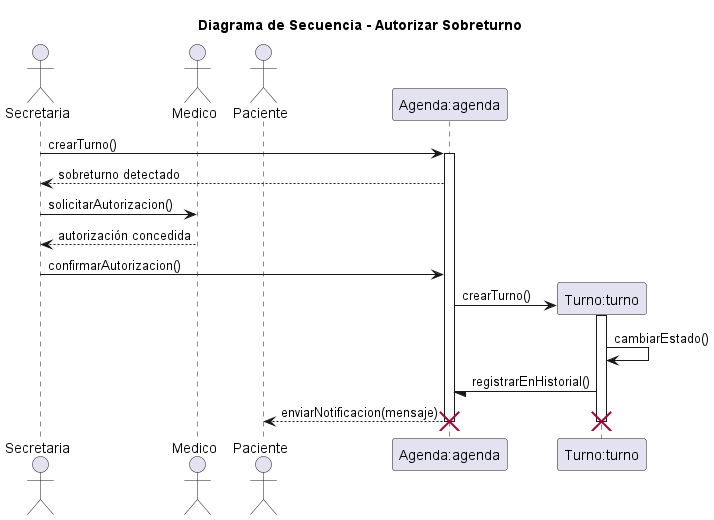
eternalnight04/SistemaTurnosMedicos keeps this PlantUML diagram as diagramas/05-diagramas-secuencia/05-secuencia-autorizar-sobreturno-04.png. Above is the earlier version. Source of this version:
```plantuml
@startuml 05-secuencia-autorizar-sobreturno-05

title Diagrama de Secuencia - Autorizar Sobreturno


actor Secretaria as secretaria
actor Medico as medico
actor Paciente as paciente

participant "Agenda:agenda" as agenda
participant "Turno:turno" as turno

secretaria -> agenda: crearTurno()
activate agenda

agenda --> secretaria: sobreturno detectado

secretaria -> medico: solicitarAutorizacion()
medico --> secretaria: autorización concedida

secretaria -> agenda: confirmarAutorizacion()

create turno
agenda -> turno: crearTurno()
activate turno

turno -> turno: cambiarEstado()

turno -/ agenda: registrarEnHistorial()

agenda --> paciente: enviarNotificacion(mensaje)

deactivate turno
deactivate agenda

destroy turno
destroy agenda

@enduml
```
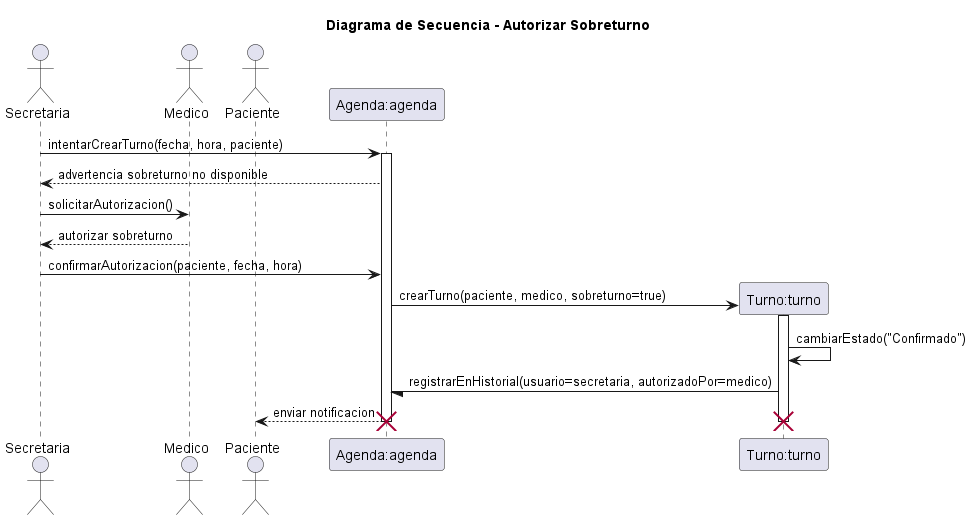
The same diagram one commit later.

What changed in the source:
```diff
@@ -1,7 +1,6 @@
-@startuml 05-secuencia-autorizar-sobreturno-05
+@startuml 05-secuencia-autorizar-sobreturno-04
 
 title Diagrama de Secuencia - Autorizar Sobreturno
-
 
 actor Secretaria as secretaria
 actor Medico as medico
@@ -10,30 +9,29 @@
 participant "Agenda:agenda" as agenda
 participant "Turno:turno" as turno
 
-secretaria -> agenda: crearTurno()
+secretaria -> agenda: intentarCrearTurno(fecha, hora, paciente)
+
 activate agenda
 
-agenda --> secretaria: sobreturno detectado
-
+agenda --> secretaria: advertencia sobreturno no disponible
 secretaria -> medico: solicitarAutorizacion()
-medico --> secretaria: autorización concedida
-
-secretaria -> agenda: confirmarAutorizacion()
+medico --> secretaria: autorizar sobreturno
+secretaria -> agenda: confirmarAutorizacion(paciente, fecha, hora)
 
 create turno
-agenda -> turno: crearTurno()
+
+agenda -> turno: crearTurno(paciente, medico, sobreturno=true)
+
 activate turno
 
-turno -> turno: cambiarEstado()
-
-turno -/ agenda: registrarEnHistorial()
-
-agenda --> paciente: enviarNotificacion(mensaje)
+turno -> turno: cambiarEstado("Confirmado")
+turno -/ agenda: registrarEnHistorial(usuario=secretaria, autorizadoPor=medico)
+agenda --> paciente: enviar notificacion
 
 deactivate turno
+destroy turno
+
 deactivate agenda
-
-destroy turno
 destroy agenda
 
 @enduml
```
